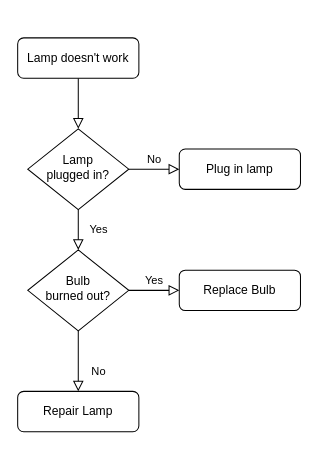
Above: Untitled Diagram.drawio in hasanj0n/python_answers (draw.io), before the change. Source tidied: cells renumbered, new cells numbered last; positions are measured from the earlier drawing's top-left corner, leaving out a move shared by most shapes. Both pictures are drawn from the tidied source at 101%, with x=0, y=0 at pixel (17, 37).
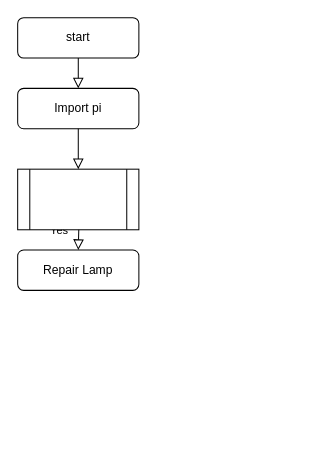
Above is the later version.

What changed in the source:
```diff
@@
 <mxGraphModel>
   <root>
     <mxCell id="0" />
     <mxCell id="1" parent="0" />
-    <mxCell id="2" style="rounded=0;html=1;jettySize=auto;fontSize=11;endArrow=block;endFill=0;endSize=8;strokeWidth=1;shadow=0;labelBackgroundColor=none;edgeStyle=orthogonalEdgeStyle;" parent="1" edge="1" source="3" target="6">
-      <mxGeometry relative="1" as="geometry" />
+    <mxCell id="2" style="rounded=0;html=1;jettySize=auto;fontSize=11;endArrow=block;endFill=0;endSize=8;strokeWidth=1;shadow=0;labelBackgroundColor=none;edgeStyle=orthogonalEdgeStyle;" parent="1" edge="1" source="3">
+      <mxGeometry relative="1" as="geometry">
+        <mxPoint x="60" y="50" as="targetPoint" />
+      </mxGeometry>
     </mxCell>
-    <mxCell id="3" value="Lamp doesn't work" style="rounded=1;whiteSpace=wrap;html=1;fontSize=12;glass=0;strokeWidth=1;shadow=0;" parent="1" vertex="1">
-      <mxGeometry width="120" height="40" as="geometry" />
+    <mxCell id="3" value="start" style="rounded=1;whiteSpace=wrap;html=1;fontSize=12;glass=0;strokeWidth=1;shadow=0;" parent="1" vertex="1">
+      <mxGeometry y="-20" width="120" height="40" as="geometry" />
     </mxCell>
-    <mxCell id="4" value="Yes" style="rounded=0;html=1;jettySize=auto;fontSize=11;endArrow=block;endFill=0;endSize=8;strokeWidth=1;shadow=0;labelBackgroundColor=none;edgeStyle=orthogonalEdgeStyle;" parent="1" edge="1" source="6" target="10">
-      <mxGeometry y="20" relative="1" as="geometry" />
+    <mxCell id="4" value="Yes" style="rounded=0;html=1;jettySize=auto;orthogonalLoop=1;fontSize=11;endArrow=block;endFill=0;endSize=8;strokeWidth=1;shadow=0;labelBackgroundColor=none;edgeStyle=orthogonalEdgeStyle;exitX=0.5;exitY=1;exitDx=0;exitDy=0;" parent="1" edge="1">
+      <mxGeometry y="20" relative="1" as="geometry">
+        <mxPoint x="60" y="170" as="sourcePoint" />
+        <mxPoint x="60" y="210" as="targetPoint" />
+      </mxGeometry>
     </mxCell>
-    <mxCell id="5" value="No" style="edgeStyle=orthogonalEdgeStyle;rounded=0;html=1;jettySize=auto;fontSize=11;endArrow=block;endFill=0;endSize=8;strokeWidth=1;shadow=0;labelBackgroundColor=none;" parent="1" edge="1" source="6" target="7">
-      <mxGeometry y="10" relative="1" as="geometry" />
-    </mxCell>
-    <mxCell id="6" value="Lamp&lt;br&gt;plugged in?" style="rhombus;whiteSpace=wrap;html=1;shadow=0;fontFamily=Helvetica;fontSize=12;align=center;strokeWidth=1;spacing=6;spacingTop=-4;" parent="1" vertex="1">
-      <mxGeometry x="10" y="90" width="100" height="80" as="geometry" />
-    </mxCell>
-    <mxCell id="7" value="Plug in lamp" style="rounded=1;whiteSpace=wrap;html=1;fontSize=12;glass=0;strokeWidth=1;shadow=0;" parent="1" vertex="1">
-      <mxGeometry x="160" y="110" width="120" height="40" as="geometry" />
+    <mxCell id="7" value="Import pi" style="rounded=1;whiteSpace=wrap;html=1;fontSize=12;glass=0;strokeWidth=1;shadow=0;" parent="1" vertex="1">
+      <mxGeometry y="50" width="120" height="40" as="geometry" />
     </mxCell>
-    <mxCell id="8" value="No" style="rounded=0;html=1;jettySize=auto;fontSize=11;endArrow=block;endFill=0;endSize=8;strokeWidth=1;shadow=0;labelBackgroundColor=none;edgeStyle=orthogonalEdgeStyle;" parent="1" edge="1" source="10" target="11">
-      <mxGeometry x="0.33" y="20" relative="1" as="geometry" />
-    </mxCell>
-    <mxCell id="9" value="Yes" style="edgeStyle=orthogonalEdgeStyle;rounded=0;html=1;jettySize=auto;fontSize=11;endArrow=block;endFill=0;endSize=8;strokeWidth=1;shadow=0;labelBackgroundColor=none;" parent="1" edge="1" source="10" target="12">
-      <mxGeometry y="10" relative="1" as="geometry" />
-    </mxCell>
-    <mxCell id="10" value="Bulb&lt;br&gt;burned out?" style="rhombus;whiteSpace=wrap;html=1;shadow=0;fontFamily=Helvetica;fontSize=12;align=center;strokeWidth=1;spacing=6;spacingTop=-4;" parent="1" vertex="1">
-      <mxGeometry x="10" y="210" width="100" height="80" as="geometry" />
-    </mxCell>
     <mxCell id="11" value="Repair Lamp" style="rounded=1;whiteSpace=wrap;html=1;fontSize=12;glass=0;strokeWidth=1;shadow=0;" parent="1" vertex="1">
-      <mxGeometry y="350" width="120" height="40" as="geometry" />
+      <mxGeometry y="210" width="120" height="40" as="geometry" />
     </mxCell>
-    <mxCell id="12" value="Replace Bulb" style="rounded=1;whiteSpace=wrap;html=1;fontSize=12;glass=0;strokeWidth=1;shadow=0;" parent="1" vertex="1">
-      <mxGeometry x="160" y="230" width="120" height="40" as="geometry" />
-    </mxCell>
+    <mxCell id="13" style="rounded=0;html=1;jettySize=auto;fontSize=11;endArrow=block;endFill=0;endSize=8;strokeWidth=1;shadow=0;labelBackgroundColor=none;edgeStyle=orthogonalEdgeStyle;exitX=0.5;exitY=1;exitDx=0;exitDy=0;" parent="1" edge="1" source="7">
+      <mxGeometry y="20" relative="1" as="geometry">
+        <mxPoint x="60" y="130" as="targetPoint" />
+      </mxGeometry>
+    </mxCell>
+    <mxCell id="14" style="shape=process;whiteSpace=wrap;html=1;backgroundOutline=1;" parent="1" vertex="1">
+      <mxGeometry y="130" width="120" height="60" as="geometry" />
+    </mxCell>
   </root>
 </mxGraphModel>
```
